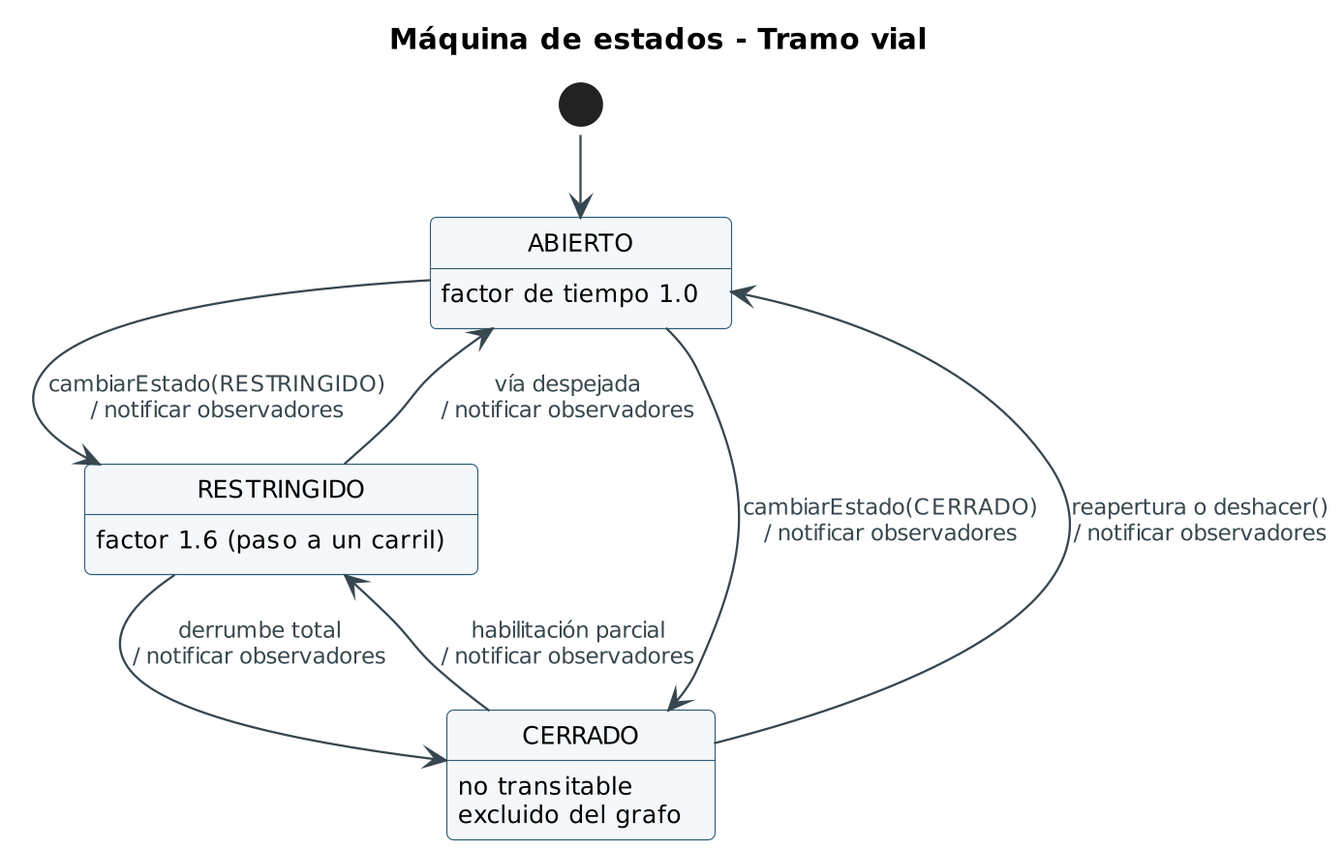
Before: docs/uml/05-estados-tramo.png, a diagram exported from PlantUML (jotamedina14/rutavital-santander).
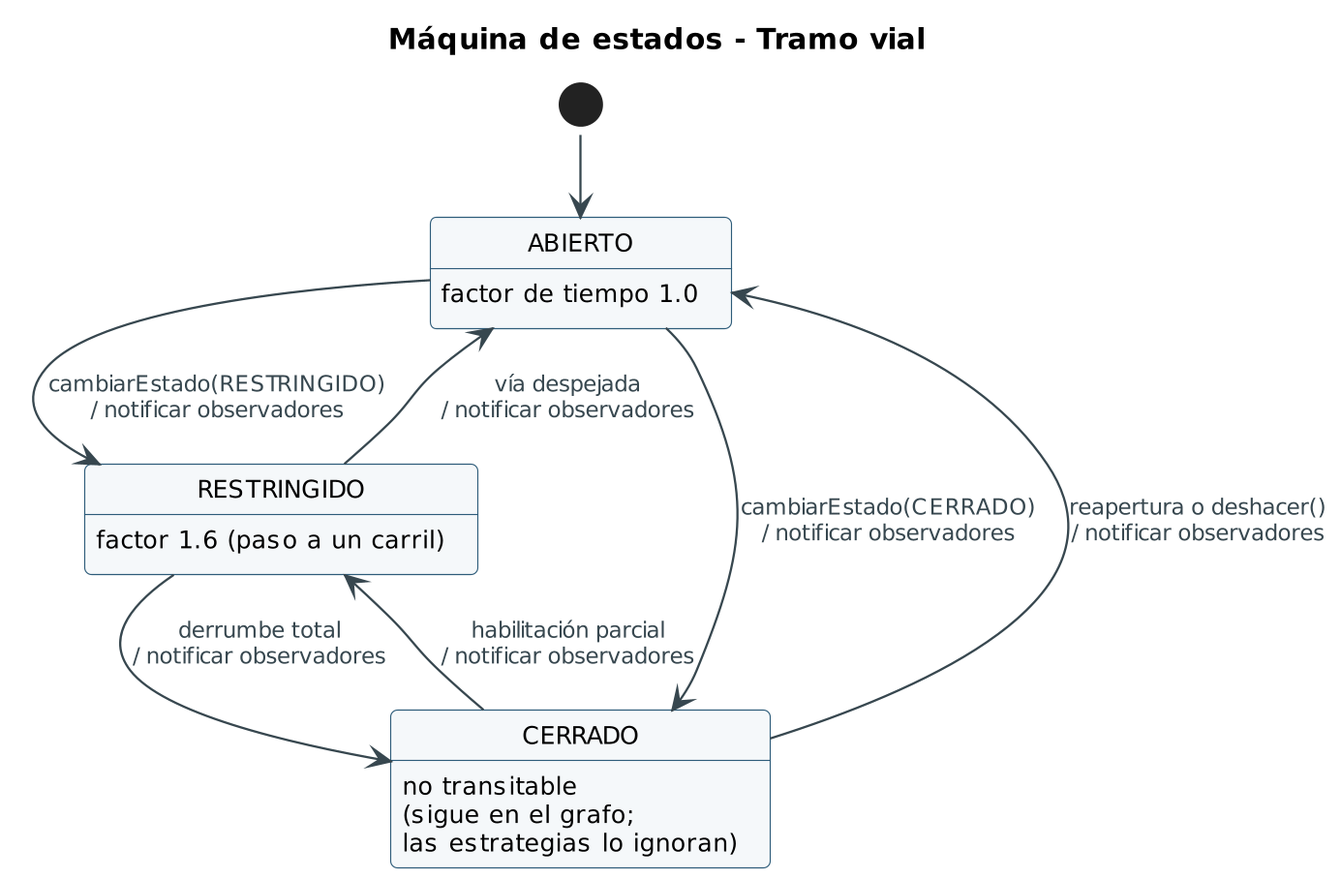
The same diagram one commit later.

Commit message:
docs: corregir diagramas de clases, secuencia de consulta y estados del tramo según el código

Diff of the diagram source:
```diff
@@ -7,7 +7,7 @@
 [*] --> ABIERTO
 ABIERTO : factor de tiempo 1.0
 RESTRINGIDO : factor 1.6 (paso a un carril)
-CERRADO : no transitable\nexcluido del grafo
+CERRADO : no transitable\n(sigue en el grafo;\nlas estrategias lo ignoran)
 
 ABIERTO --> RESTRINGIDO : cambiarEstado(RESTRINGIDO)\n/ notificar observadores
 ABIERTO --> CERRADO : cambiarEstado(CERRADO)\n/ notificar observadores
```
